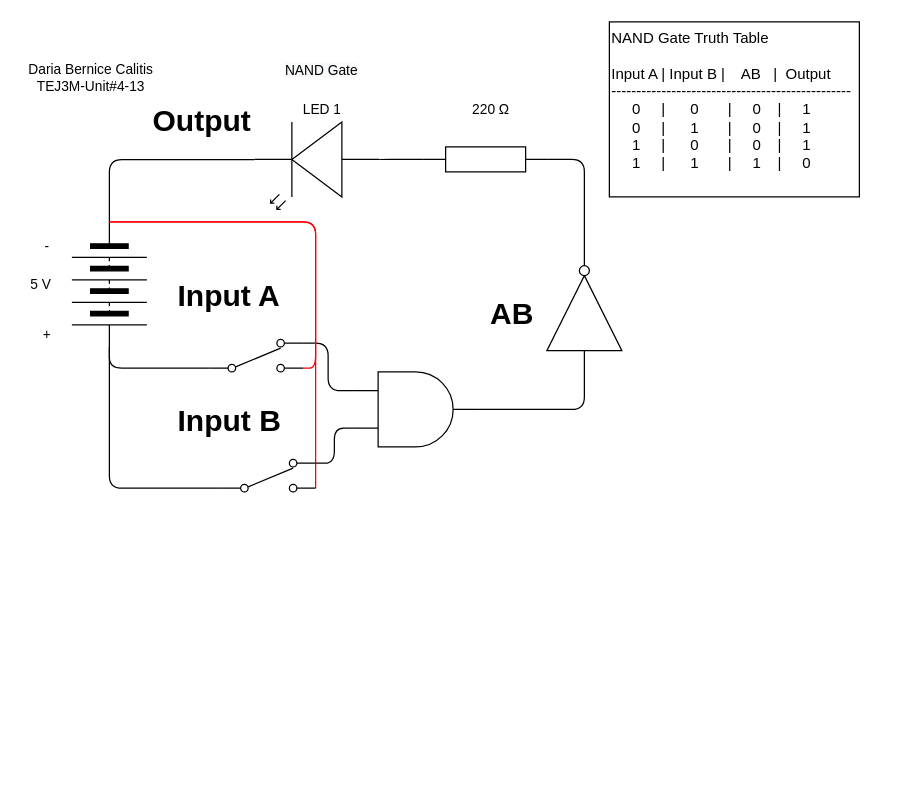
This is Unit4-13/TEJ3M-Unit4-13.drawio from dbcalitis/TEJ3M-Unit-4, a draw.io file, before an edit. Source tidied: cells renumbered, new cells numbered last; positions are measured from the earlier drawing's top-left corner, leaving out a move shared by most shapes. Both pictures are drawn from the tidied source at 125%, with x=0, y=0 at pixel (21, 21).
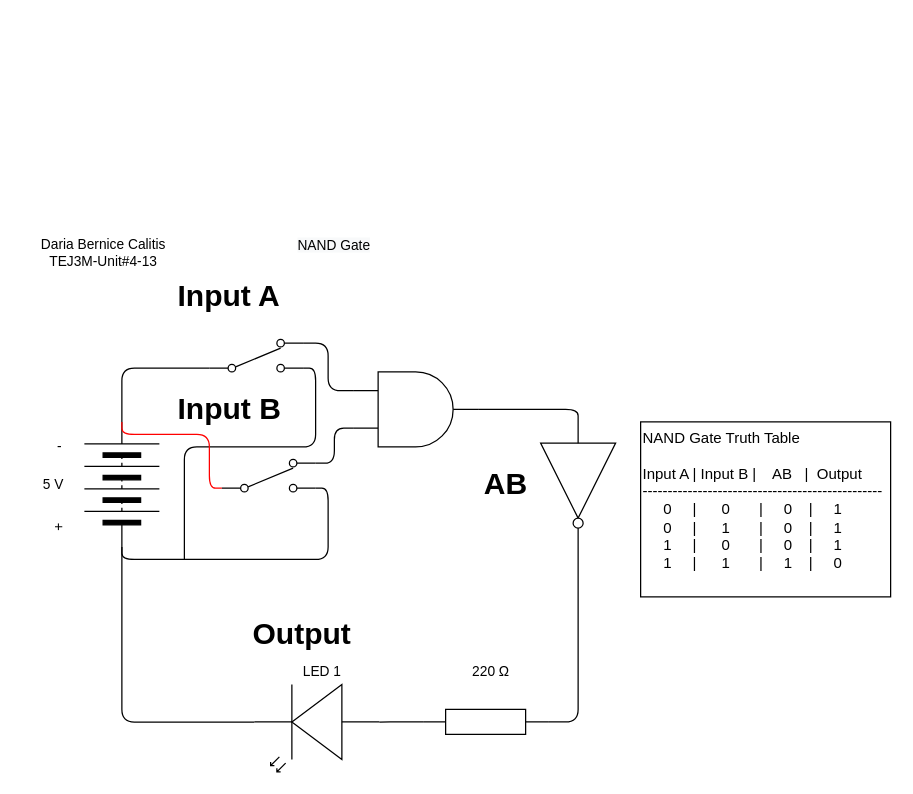
After the change.

The change refers to these unchanged cells:
```xml
<mxCell id="17" style="verticalLabelPosition=bottom;shadow=0;dashed=0;align=center;html=1;verticalAlign=top;shape=mxgraph.electrical.electro-mechanical.2-way_switch;" parent="1" vertex="1">
  <mxGeometry x="150" y="254" width="75" height="26" as="geometry" />
</mxCell>
<mxCell id="26" style="verticalLabelPosition=bottom;shadow=0;dashed=0;align=center;html=1;verticalAlign=top;shape=mxgraph.electrical.electro-mechanical.2-way_switch;" parent="1" vertex="1">
  <mxGeometry x="160" y="350" width="75" height="26" as="geometry" />
</mxCell>
```

What changed in the source:
```diff
@@
-    <mxCell id="2" style="edgeStyle=orthogonalEdgeStyle;html=1;exitX=0;exitY=0.5;exitDx=0;exitDy=0;exitPerimeter=0;entryX=0;entryY=0.57;entryDx=0;entryDy=0;entryPerimeter=0;endArrow=none;endFill=0;" parent="1" edge="1" source="4" target="9">
-      <mxGeometry relative="1" as="geometry" />
-    </mxCell>
@@
+    <mxCell id="31" style="edgeStyle=orthogonalEdgeStyle;html=1;exitX=0;exitY=0.5;exitDx=0;exitDy=0;exitPerimeter=0;entryX=0;entryY=0.57;entryDx=0;entryDy=0;entryPerimeter=0;endArrow=none;endFill=0;" parent="1" edge="1" source="4" target="35">
+      <mxGeometry relative="1" as="geometry" />
+    </mxCell>
     <mxCell id="4" style="verticalLabelPosition=bottom;shadow=0;dashed=0;align=center;html=1;verticalAlign=top;shape=mxgraph.electrical.resistors.resistor_1;" parent="1" vertex="1">
-      <mxGeometry x="321" y="100" width="100" height="20" as="geometry" />
+      <mxGeometry x="321" y="550" width="100" height="20" as="geometry" />
     </mxCell>
+    <mxCell id="32" style="edgeStyle=orthogonalEdgeStyle;html=1;exitX=0;exitY=0.5;exitDx=0;exitDy=0;entryX=1;entryY=0.57;entryDx=0;entryDy=0;entryPerimeter=0;endArrow=none;endFill=0;" parent="1" edge="1" source="7" target="35">
+      <mxGeometry relative="1" as="geometry" />
+    </mxCell>
@@
-    <mxCell id="6" style="edgeStyle=orthogonalEdgeStyle;html=1;exitX=1;exitY=0.5;exitDx=0;exitDy=0;entryX=0;entryY=0.885;entryDx=0;entryDy=0;entryPerimeter=0;endArrow=none;endFill=0;" parent="1" edge="1" source="7" target="26">
-      <mxGeometry relative="1" as="geometry" />
-    </mxCell>
-    <mxCell id="7" style="verticalLabelPosition=bottom;shadow=0;dashed=0;align=center;html=1;verticalAlign=top;shape=mxgraph.electrical.miscellaneous.batteryStack;rotation=90;" parent="1" vertex="1">
-      <mxGeometry x="20" y="180" width="100" height="60" as="geometry" />
+    <mxCell id="7" style="verticalLabelPosition=bottom;shadow=0;dashed=0;align=center;html=1;verticalAlign=top;shape=mxgraph.electrical.miscellaneous.batteryStack;rotation=-90;" parent="1" vertex="1">
+      <mxGeometry x="30" y="340" width="100" height="60" as="geometry" />
     </mxCell>
-    <mxCell id="8" style="edgeStyle=orthogonalEdgeStyle;html=1;exitX=1;exitY=0.57;exitDx=0;exitDy=0;exitPerimeter=0;entryX=0;entryY=0.5;entryDx=0;entryDy=0;endArrow=none;endFill=0;" parent="1" edge="1" source="9" target="7">
-      <mxGeometry relative="1" as="geometry" />
-    </mxCell>
-    <mxCell id="9" style="verticalLabelPosition=bottom;shadow=0;dashed=0;align=center;html=1;verticalAlign=top;shape=mxgraph.electrical.opto_electronics.led_2;rotation=-180;" parent="1" vertex="1">
-      <mxGeometry x="186" y="80" width="100" height="70" as="geometry" />
-    </mxCell>
     <mxCell id="10" value="5 V" style="text;html=1;align=center;verticalAlign=middle;strokeColor=none;fillColor=none;fontSize=11;fontFamily=Helvetica;fontColor=default;" parent="1" vertex="1">
-      <mxGeometry y="200" width="30" height="20" as="geometry" />
+      <mxGeometry x="10" y="360" width="30" height="20" as="geometry" />
     </mxCell>
-    <mxCell id="11" value="220&amp;nbsp;Ω" style="text;html=1;align=center;verticalAlign=middle;strokeColor=none;fillColor=none;fontSize=11;fontFamily=Helvetica;fontColor=default;" parent="1" vertex="1">
-      <mxGeometry x="355" y="60" width="40" height="20" as="geometry" />
-    </mxCell>
-    <mxCell id="12" value="LED 1" style="text;html=1;align=center;verticalAlign=middle;strokeColor=none;fillColor=none;fontSize=11;fontFamily=Helvetica;fontColor=default;" parent="1" vertex="1">
-      <mxGeometry x="215" y="60" width="50" height="20" as="geometry" />
-    </mxCell>
     <mxCell id="13" value="Daria Bernice Calitis&lt;br&gt;TEJ3M-Unit#4-13" style="text;html=1;align=center;verticalAlign=middle;strokeColor=none;fillColor=none;fontSize=11;fontFamily=Helvetica;fontColor=default;" parent="1" vertex="1">
-      <mxGeometry y="30" width="110" height="30" as="geometry" />
+      <mxGeometry x="10" y="170" width="110" height="30" as="geometry" />
     </mxCell>
-    <mxCell id="14" style="verticalLabelPosition=bottom;shadow=0;dashed=0;align=center;html=1;verticalAlign=top;shape=mxgraph.electrical.logic_gates.inverter_2;rotation=-90;" parent="1" vertex="1">
-      <mxGeometry x="400" y="200" width="100" height="60" as="geometry" />
+    <mxCell id="14" style="verticalLabelPosition=bottom;shadow=0;dashed=0;align=center;html=1;verticalAlign=top;shape=mxgraph.electrical.logic_gates.inverter_2;rotation=90;" parent="1" vertex="1">
+      <mxGeometry x="395" y="340" width="100" height="60" as="geometry" />
     </mxCell>
@@
-    <mxCell id="16" style="edgeStyle=orthogonalEdgeStyle;html=1;exitX=1;exitY=0.885;exitDx=0;exitDy=0;exitPerimeter=0;entryX=0;entryY=0.5;entryDx=0;entryDy=0;endArrow=none;endFill=0;strokeColor=#FF0000;" parent="1" edge="1" source="17" target="7">
-      <mxGeometry relative="1" as="geometry">
-        <Array as="points">
-          <mxPoint x="235" y="277" />
-          <mxPoint x="235" y="160" />
-        </Array>
-      </mxGeometry>
-    </mxCell>
+    <mxCell id="33" style="edgeStyle=orthogonalEdgeStyle;html=1;exitX=1;exitY=0.885;exitDx=0;exitDy=0;exitPerimeter=0;endArrow=none;endFill=0;" parent="1" edge="1" source="17">
+      <mxGeometry relative="1" as="geometry">
+        <mxPoint x="130" y="430" as="targetPoint" />
+        <Array as="points">
+          <mxPoint x="235" y="277" />
+          <mxPoint x="235" y="340" />
+          <mxPoint x="130" y="340" />
+        </Array>
+      </mxGeometry>
+    </mxCell>
@@
-    <mxCell id="18" value="+" style="text;html=1;align=center;verticalAlign=middle;strokeColor=none;fillColor=none;fontSize=11;fontFamily=Helvetica;fontColor=default;" parent="1" vertex="1">
-      <mxGeometry x="10" y="240" width="20" height="20" as="geometry" />
+    <mxCell id="18" value="+" style="text;html=1;align=center;verticalAlign=middle;strokeColor=none;fillColor=none;fontSize=11;fontFamily=Helvetica;fontColor=default;rotation=90;" parent="1" vertex="1">
+      <mxGeometry x="20" y="394" width="20" height="20" as="geometry" />
     </mxCell>
     <mxCell id="19" value="-" style="text;html=1;align=center;verticalAlign=middle;strokeColor=none;fillColor=none;fontSize=11;fontFamily=Helvetica;fontColor=default;" parent="1" vertex="1">
-      <mxGeometry x="10" y="170" width="20" height="20" as="geometry" />
+      <mxGeometry x="20" y="330" width="20" height="20" as="geometry" />
     </mxCell>
@@
     <mxCell id="21" value="&lt;h1&gt;Output&lt;/h1&gt;" style="text;html=1;strokeColor=none;fillColor=none;spacing=5;spacingTop=-20;whiteSpace=wrap;overflow=hidden;rounded=0;" parent="1" vertex="1">
-      <mxGeometry x="100" y="60" width="100" height="40" as="geometry" />
+      <mxGeometry x="180" y="470" width="100" height="40" as="geometry" />
     </mxCell>
     <mxCell id="22" value="&lt;span style=&quot;color: rgb(0 , 0 , 0) ; font-family: &amp;#34;helvetica&amp;#34; ; font-size: 11px ; font-style: normal ; font-weight: 400 ; letter-spacing: normal ; text-indent: 0px ; text-transform: none ; word-spacing: 0px ; background-color: rgb(248 , 249 , 250) ; display: inline ; float: none&quot;&gt;NAND Gate&lt;/span&gt;" style="text;whiteSpace=wrap;html=1;align=center;" parent="1" vertex="1">
-      <mxGeometry x="200" y="25" width="80" height="30" as="geometry" />
+      <mxGeometry x="210" y="165" width="80" height="30" as="geometry" />
     </mxCell>
     <mxCell id="23" value="&lt;span&gt;NAND Gate Truth Table&lt;/span&gt;&lt;br&gt;&lt;br&gt;&lt;span&gt;Input A | Input B |&amp;nbsp; &amp;nbsp; AB&amp;nbsp; &amp;nbsp;|&amp;nbsp; Output&lt;/span&gt;&lt;br&gt;&lt;span&gt;------------------------------------------------&lt;/span&gt;&lt;br&gt;&lt;span&gt;&amp;nbsp; &amp;nbsp; &amp;nbsp;0&amp;nbsp; &amp;nbsp; &amp;nbsp;|&amp;nbsp; &amp;nbsp; &amp;nbsp; 0&amp;nbsp; &amp;nbsp; &amp;nbsp; &amp;nbsp;|&amp;nbsp; &amp;nbsp; &amp;nbsp;0&amp;nbsp; &amp;nbsp; |&amp;nbsp; &amp;nbsp; &amp;nbsp;1&lt;/span&gt;&lt;br&gt;&lt;span&gt;&amp;nbsp; &amp;nbsp; &amp;nbsp;0&amp;nbsp; &amp;nbsp; &amp;nbsp;|&amp;nbsp; &amp;nbsp; &amp;nbsp; 1&amp;nbsp; &amp;nbsp; &amp;nbsp; &amp;nbsp;|&amp;nbsp; &amp;nbsp; &amp;nbsp;0&amp;nbsp; &amp;nbsp; |&amp;nbsp; &amp;nbsp; &amp;nbsp;1&lt;br&gt;&lt;/span&gt;&amp;nbsp; &amp;nbsp; &amp;nbsp;1&amp;nbsp; &amp;nbsp; &amp;nbsp;|&amp;nbsp; &amp;nbsp; &amp;nbsp; 0&amp;nbsp; &amp;nbsp; &amp;nbsp; &amp;nbsp;|&amp;nbsp; &amp;nbsp; &amp;nbsp;0&amp;nbsp; &amp;nbsp; |&amp;nbsp; &amp;nbsp; &amp;nbsp;1&lt;br&gt;&amp;nbsp; &amp;nbsp; &amp;nbsp;1&amp;nbsp; &amp;nbsp; &amp;nbsp;|&amp;nbsp; &amp;nbsp; &amp;nbsp; 1&amp;nbsp; &amp;nbsp; &amp;nbsp; &amp;nbsp;|&amp;nbsp; &amp;nbsp; &amp;nbsp;1&amp;nbsp; &amp;nbsp; |&amp;nbsp; &amp;nbsp; &amp;nbsp;0&lt;br&gt;&lt;span&gt;&lt;br&gt;&lt;/span&gt;" style="rounded=0;whiteSpace=wrap;html=1;align=left;" parent="1" vertex="1">
-      <mxGeometry x="470" width="200" height="140" as="geometry" />
+      <mxGeometry x="495" y="320" width="200" height="140" as="geometry" />
     </mxCell>
@@
-    <mxCell id="25" style="edgeStyle=orthogonalEdgeStyle;html=1;exitX=1;exitY=0.885;exitDx=0;exitDy=0;exitPerimeter=0;entryX=0;entryY=0.5;entryDx=0;entryDy=0;endArrow=none;endFill=0;fillColor=#dae8fc;strokeColor=#FF0000;" parent="1" edge="1" source="26" target="7">
-      <mxGeometry relative="1" as="geometry">
-        <Array as="points">
-          <mxPoint x="235" y="160" />
-        </Array>
-      </mxGeometry>
+    <mxCell id="25" style="edgeStyle=orthogonalEdgeStyle;html=1;exitX=1;exitY=0.885;exitDx=0;exitDy=0;exitPerimeter=0;entryX=0;entryY=0.5;entryDx=0;entryDy=0;endArrow=none;endFill=0;" parent="1" edge="1" source="26" target="7">
+      <mxGeometry relative="1" as="geometry" />
     </mxCell>
+    <mxCell id="34" style="edgeStyle=orthogonalEdgeStyle;html=1;exitX=0;exitY=0.885;exitDx=0;exitDy=0;exitPerimeter=0;endArrow=none;endFill=0;strokeColor=#FF0000;" parent="1" edge="1" source="26">
+      <mxGeometry relative="1" as="geometry">
+        <mxPoint x="80" y="320" as="targetPoint" />
+        <Array as="points">
+          <mxPoint x="150" y="373" />
+          <mxPoint x="150" y="330" />
+          <mxPoint x="80" y="330" />
+        </Array>
+      </mxGeometry>
+    </mxCell>
@@
     <mxCell id="27" value="&lt;h1&gt;Input B&lt;/h1&gt;" style="text;html=1;strokeColor=none;fillColor=none;spacing=5;spacingTop=-20;whiteSpace=wrap;overflow=hidden;rounded=0;" parent="1" vertex="1">
-      <mxGeometry x="120" y="300" width="100" height="40" as="geometry" />
+      <mxGeometry x="120" y="290" width="100" height="40" as="geometry" />
     </mxCell>
@@
     <mxCell id="30" value="&lt;h1&gt;AB&lt;/h1&gt;" style="text;html=1;strokeColor=none;fillColor=none;spacing=5;spacingTop=-20;whiteSpace=wrap;overflow=hidden;rounded=0;" parent="1" vertex="1">
-      <mxGeometry x="370" y="214" width="50" height="40" as="geometry" />
+      <mxGeometry x="365" y="350" width="50" height="40" as="geometry" />
     </mxCell>
+    <mxCell id="12" value="LED 1" style="text;html=1;align=center;verticalAlign=middle;strokeColor=none;fillColor=none;fontSize=11;fontFamily=Helvetica;fontColor=default;" parent="1" vertex="1">
+      <mxGeometry x="215" y="510" width="50" height="20" as="geometry" />
+    </mxCell>
+    <mxCell id="11" value="220&amp;nbsp;Ω" style="text;html=1;align=center;verticalAlign=middle;strokeColor=none;fillColor=none;fontSize=11;fontFamily=Helvetica;fontColor=default;" parent="1" vertex="1">
+      <mxGeometry x="355" y="510" width="40" height="20" as="geometry" />
+    </mxCell>
+    <mxCell id="35" style="verticalLabelPosition=bottom;shadow=0;dashed=0;align=center;html=1;verticalAlign=top;shape=mxgraph.electrical.opto_electronics.led_2;rotation=-180;" parent="1" vertex="1">
+      <mxGeometry x="186" y="530" width="100" height="70" as="geometry" />
+    </mxCell>
```
